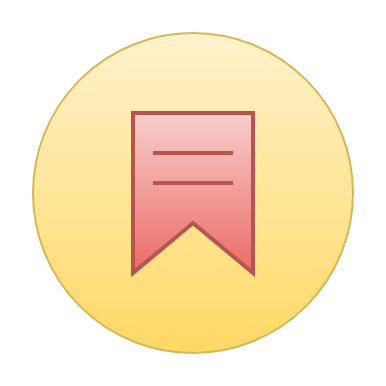
Above: docs/logo.drawio in es-hackathon/bookmark-dashboard-api (draw.io), before the change. Source tidied: cells renumbered, new cells numbered last; positions are measured from the earlier drawing's top-left corner, leaving out a move shared by most shapes. Both pictures are drawn from the tidied source at 200%, with x=0, y=0 at pixel (32, 32).
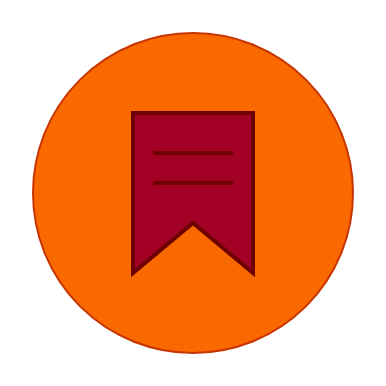
After the change.

The edit, as a diff of the source:
```diff
@@
 <mxGraphModel>
   <root>
     <mxCell id="0" />
     <mxCell id="1" parent="0" />
-    <mxCell id="2" style="ellipse;whiteSpace=wrap;html=1;fillColor=#fff2cc;strokeColor=#d6b656;gradientColor=#ffd966;" parent="1" vertex="1">
+    <mxCell id="2" style="ellipse;whiteSpace=wrap;html=1;strokeColor=#C73500;fontColor=#ffffff;fillColor=#fa6800;" parent="1" vertex="1">
       <mxGeometry width="160" height="160" as="geometry" />
     </mxCell>
-    <mxCell id="3" style="html=1;verticalLabelPosition=bottom;align=center;labelBackgroundColor=#ffffff;verticalAlign=top;strokeWidth=2;strokeColor=#b85450;shadow=0;dashed=0;shape=mxgraph.ios7.icons.bookmark;fontFamily=Helvetica;fontSize=12;fillColor=#f8cecc;gradientColor=#ea6b66;" parent="1" vertex="1">
+    <mxCell id="3" style="html=1;verticalLabelPosition=bottom;align=center;labelBackgroundColor=#ffffff;verticalAlign=top;strokeWidth=2;strokeColor=#6F0000;shadow=0;dashed=0;shape=mxgraph.ios7.icons.bookmark;fontFamily=Helvetica;fontSize=12;fontColor=#ffffff;fillColor=#a20025;" parent="1" vertex="1">
       <mxGeometry x="50" y="40" width="60" height="80" as="geometry" />
     </mxCell>
   </root>
 </mxGraphModel>
```
